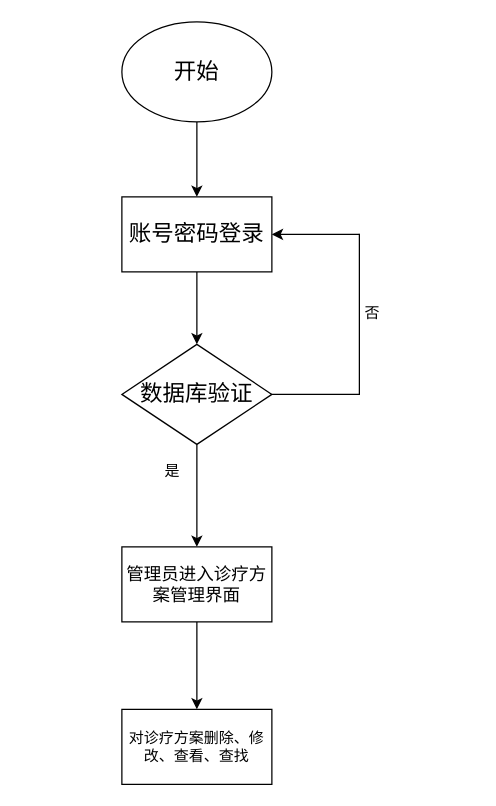
Above: 整体ER图.drawio in 000Ljx/Endorphins (draw.io), before the change. Source tidied: cells renumbered, new cells numbered last; positions are measured from the earlier drawing's top-left corner, leaving out a move shared by most shapes. Both pictures are drawn from the tidied source at 125%, with x=0, y=0 at pixel (121, 21).
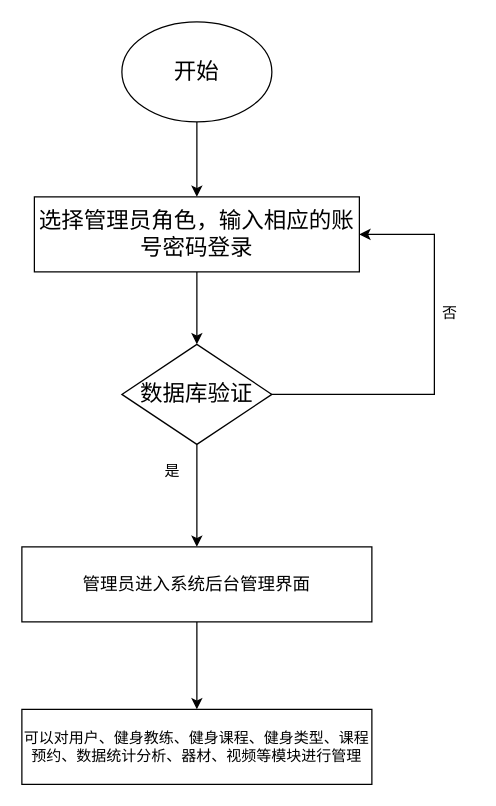
Above is the later version.

Commit message:
更新整体ER图.drawio

Diff of the diagram source:
```diff
@@
 <mxGraphModel>
   <root>
     <mxCell id="0" />
     <mxCell id="1" parent="0" />
     <mxCell id="2" value="&lt;font style=&quot;font-size: 18px;&quot;&gt;开始&lt;/font&gt;" style="ellipse;whiteSpace=wrap;html=1;" parent="1" vertex="1">
       <mxGeometry width="120" height="80" as="geometry" />
     </mxCell>
-    <mxCell id="3" value="&lt;font style=&quot;font-size: 18px;&quot;&gt;账号密码登录&lt;/font&gt;" style="rounded=0;whiteSpace=wrap;html=1;" parent="1" vertex="1">
-      <mxGeometry y="140" width="120" height="60" as="geometry" />
+    <mxCell id="3" value="&lt;font style=&quot;font-size: 18px;&quot;&gt;选择管理员角色，输入相应的账号密码登录&lt;/font&gt;" style="rounded=0;whiteSpace=wrap;html=1;" parent="1" vertex="1">
+      <mxGeometry x="-70" y="140" width="260" height="60" as="geometry" />
     </mxCell>
     <mxCell id="4" style="endArrow=classic;html=1;rounded=0;exitX=0.5;exitY=1;exitDx=0;exitDy=0;" parent="1" edge="1" source="2" target="3">
       <mxGeometry relative="1" as="geometry" />
     </mxCell>
     <mxCell id="5" value="&lt;font style=&quot;font-size: 18px;&quot;&gt;数据库验证&lt;/font&gt;" style="rhombus;whiteSpace=wrap;html=1;" parent="1" vertex="1">
       <mxGeometry y="258" width="120" height="80" as="geometry" />
     </mxCell>
     <mxCell id="6" style="endArrow=classic;html=1;rounded=0;entryX=0.5;entryY=0;entryDx=0;entryDy=0;exitX=0.5;exitY=1;exitDx=0;exitDy=0;" parent="1" edge="1" source="3" target="5">
       <mxGeometry relative="1" as="geometry" />
     </mxCell>
     <mxCell id="7" value="是" style="text;html=1;align=center;verticalAlign=middle;strokeColor=none;fillColor=none;" parent="1" vertex="1">
       <mxGeometry x="20" y="345" width="40" height="30" as="geometry" />
     </mxCell>
     <mxCell id="8" style="endArrow=classic;html=1;rounded=0;entryX=1;entryY=0.5;entryDx=0;entryDy=0;" parent="1" edge="1" target="3">
       <mxGeometry relative="1" as="geometry">
-        <mxPoint x="190" y="170" as="sourcePoint" />
+        <mxPoint x="250" y="170" as="sourcePoint" />
       </mxGeometry>
     </mxCell>
     <mxCell id="9" style="shape=partialRectangle;whiteSpace=wrap;html=1;bottom=0;right=0;fillColor=none;rotation=-180;" parent="1" vertex="1">
-      <mxGeometry x="120" y="170" width="70" height="128" as="geometry" />
+      <mxGeometry x="120" y="170" width="130" height="128" as="geometry" />
     </mxCell>
     <mxCell id="10" value="否" style="text;html=1;align=center;verticalAlign=middle;strokeColor=none;fillColor=none;" parent="1" vertex="1">
-      <mxGeometry x="180" y="218" width="40" height="30" as="geometry" />
+      <mxGeometry x="242" y="218" width="40" height="30" as="geometry" />
     </mxCell>
     <mxCell id="11" style="endArrow=classic;html=1;rounded=0;exitX=0.5;exitY=1;exitDx=0;exitDy=0;entryX=0.5;entryY=0;entryDx=0;entryDy=0;entryPerimeter=0;" parent="1" edge="1" source="5" target="12">
       <mxGeometry relative="1" as="geometry" />
     </mxCell>
-    <mxCell id="12" value="&lt;span style=&quot;font-size: 14px;&quot;&gt;管理员进入诊疗方案管理界面&lt;/span&gt;" style="rounded=0;whiteSpace=wrap;html=1;" parent="1" vertex="1">
-      <mxGeometry y="420" width="120" height="60" as="geometry" />
+    <mxCell id="12" value="&lt;span style=&quot;font-size: 14px;&quot;&gt;管理员进入系统后台管理界面&lt;/span&gt;" style="rounded=0;whiteSpace=wrap;html=1;" parent="1" vertex="1">
+      <mxGeometry x="-80" y="420" width="280" height="60" as="geometry" />
     </mxCell>
     <mxCell id="13" style="endArrow=classic;html=1;rounded=0;exitX=0.5;exitY=1;exitDx=0;exitDy=0;entryX=0.5;entryY=0;entryDx=0;entryDy=0;" parent="1" edge="1" source="12" target="14">
       <mxGeometry relative="1" as="geometry" />
     </mxCell>
-    <mxCell id="14" value="对诊疗方案删除、修改、查看、查找" style="rounded=0;whiteSpace=wrap;html=1;" parent="1" vertex="1">
-      <mxGeometry y="550" width="120" height="60" as="geometry" />
+    <mxCell id="14" value="可以对用户、健身教练、健身课程、健身类型、课程预约、数据统计分析、器材、视频等模块进行管理" style="rounded=0;whiteSpace=wrap;html=1;" parent="1" vertex="1">
+      <mxGeometry x="-80" y="550" width="280" height="60" as="geometry" />
     </mxCell>
   </root>
 </mxGraphModel>
```
